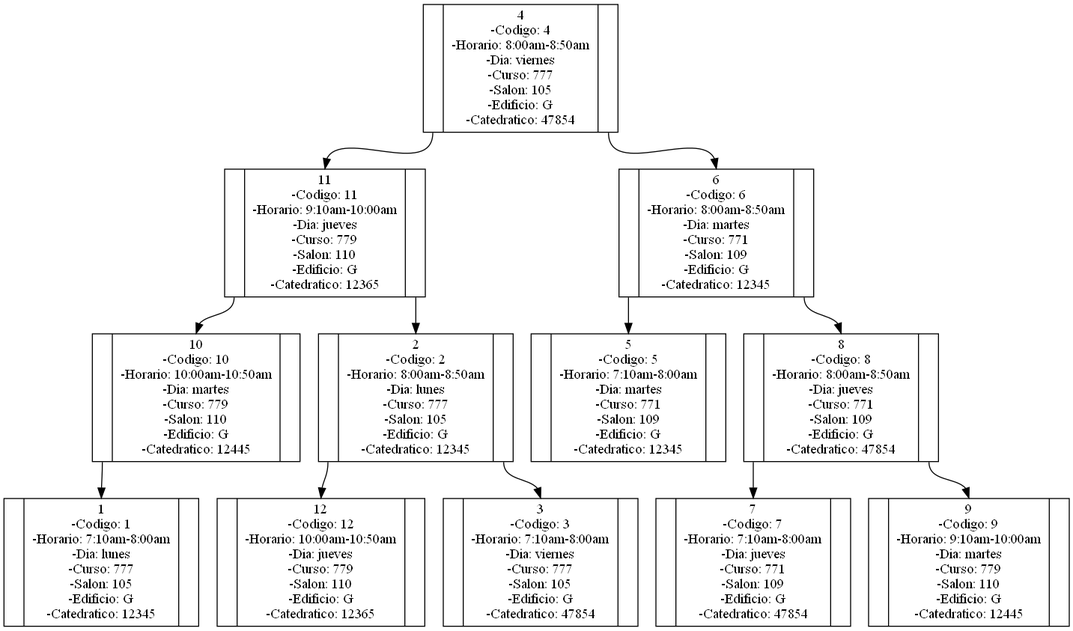
Above: Sistema_Asignacion/Horarios.png in cresb-49/PROYECTO_FINAL_EDD (Graphviz), before the change. Its source is kept beside it as Sistema_Asignacion/Horarios.dot.
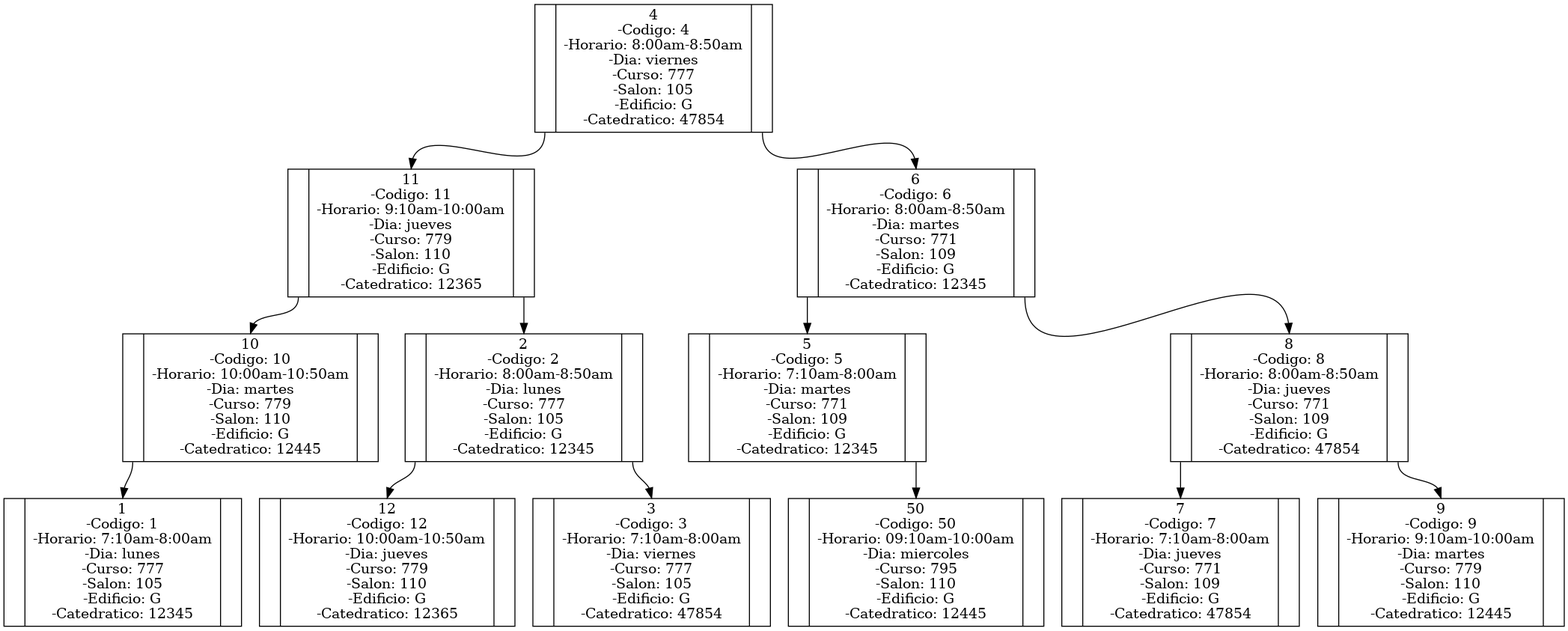
Above is the later version.

Commit message:
Eliminacion y creacion de nuevos horarios en el sistema

Change to the diagram source:
```diff
@@ -8,6 +8,7 @@
 nodeAVL3[label = "<f0> |<f1> 3\n-Codigo: 3\n-Horario: 7:10am-8:00am\n-Dia: viernes\n-Curso: 777\n-Salon: 105\n-Edificio: G\n-Catedratico: 47854|<f2> "];
 nodeAVL4[label = "<f0> |<f1> 4\n-Codigo: 4\n-Horario: 8:00am-8:50am\n-Dia: viernes\n-Curso: 777\n-Salon: 105\n-Edificio: G\n-Catedratico: 47854|<f2> "];
 nodeAVL5[label = "<f0> |<f1> 5\n-Codigo: 5\n-Horario: 7:10am-8:00am\n-Dia: martes\n-Curso: 771\n-Salon: 109\n-Edificio: G\n-Catedratico: 12345|<f2> "];
+nodeAVL50[label = "<f0> |<f1> 50\n-Codigo: 50\n-Horario: 09:10am-10:00am\n-Dia: miercoles\n-Curso: 795\n-Salon: 110\n-Edificio: G\n-Catedratico: 12445|<f2> "];
 nodeAVL6[label = "<f0> |<f1> 6\n-Codigo: 6\n-Horario: 8:00am-8:50am\n-Dia: martes\n-Curso: 771\n-Salon: 109\n-Edificio: G\n-Catedratico: 12345|<f2> "];
 nodeAVL7[label = "<f0> |<f1> 7\n-Codigo: 7\n-Horario: 7:10am-8:00am\n-Dia: jueves\n-Curso: 771\n-Salon: 109\n-Edificio: G\n-Catedratico: 47854|<f2> "];
 nodeAVL8[label = "<f0> |<f1> 8\n-Codigo: 8\n-Horario: 8:00am-8:50am\n-Dia: jueves\n-Curso: 771\n-Salon: 109\n-Edificio: G\n-Catedratico: 47854|<f2> "];
@@ -19,6 +20,7 @@
 "nodeAVL2":f0 -> "nodeAVL12":f1;
 "nodeAVL4":f2 -> "nodeAVL6":f1;
 "nodeAVL4":f0 -> "nodeAVL11":f1;
+"nodeAVL5":f2 -> "nodeAVL50":f1;
 "nodeAVL6":f2 -> "nodeAVL8":f1;
 "nodeAVL6":f0 -> "nodeAVL5":f1;
 "nodeAVL8":f2 -> "nodeAVL9":f1;
```
